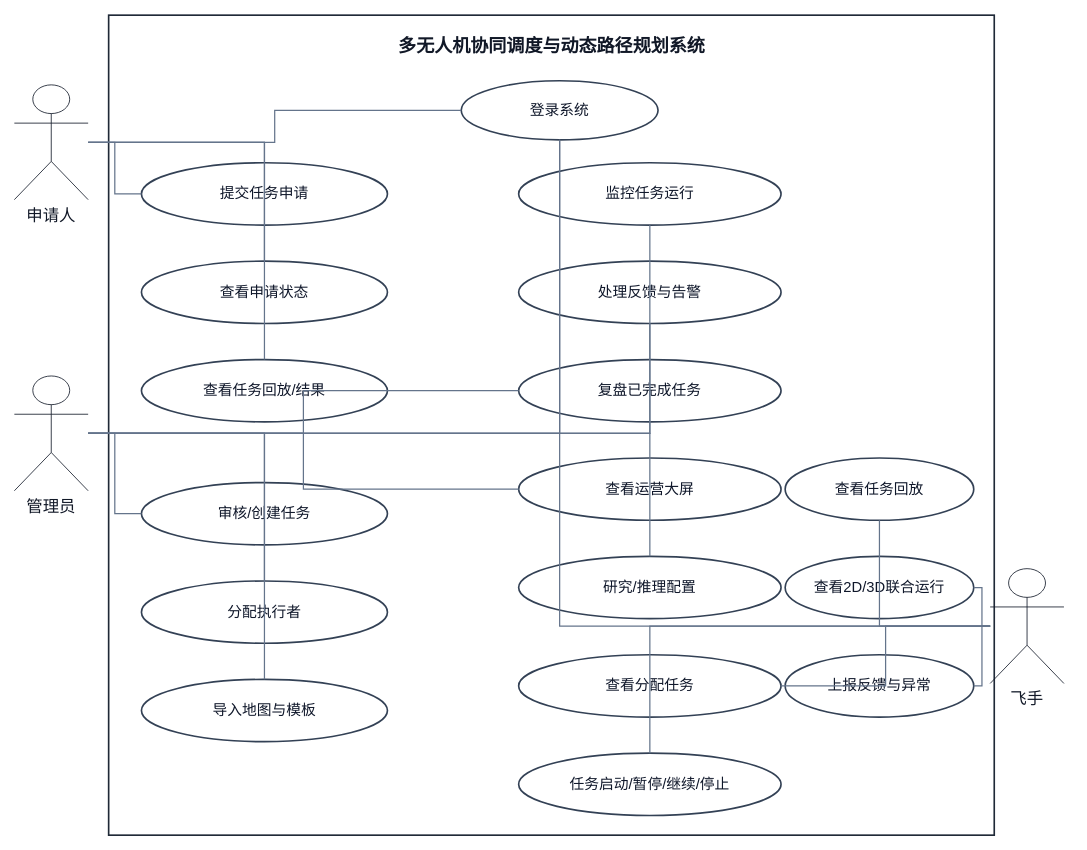
The draw.io diagram thesis_assets/diagrams/system_usecase_diagram.drawio in sa-as31/sampo_rebuild_1, before the edit. Source tidied: cells renumbered, new cells numbered last; positions are measured from the earlier drawing's top-left corner, leaving out a move shared by most shapes. Both pictures are drawn from the tidied source at 82%, with x=0, y=0 at pixel (14, 15).
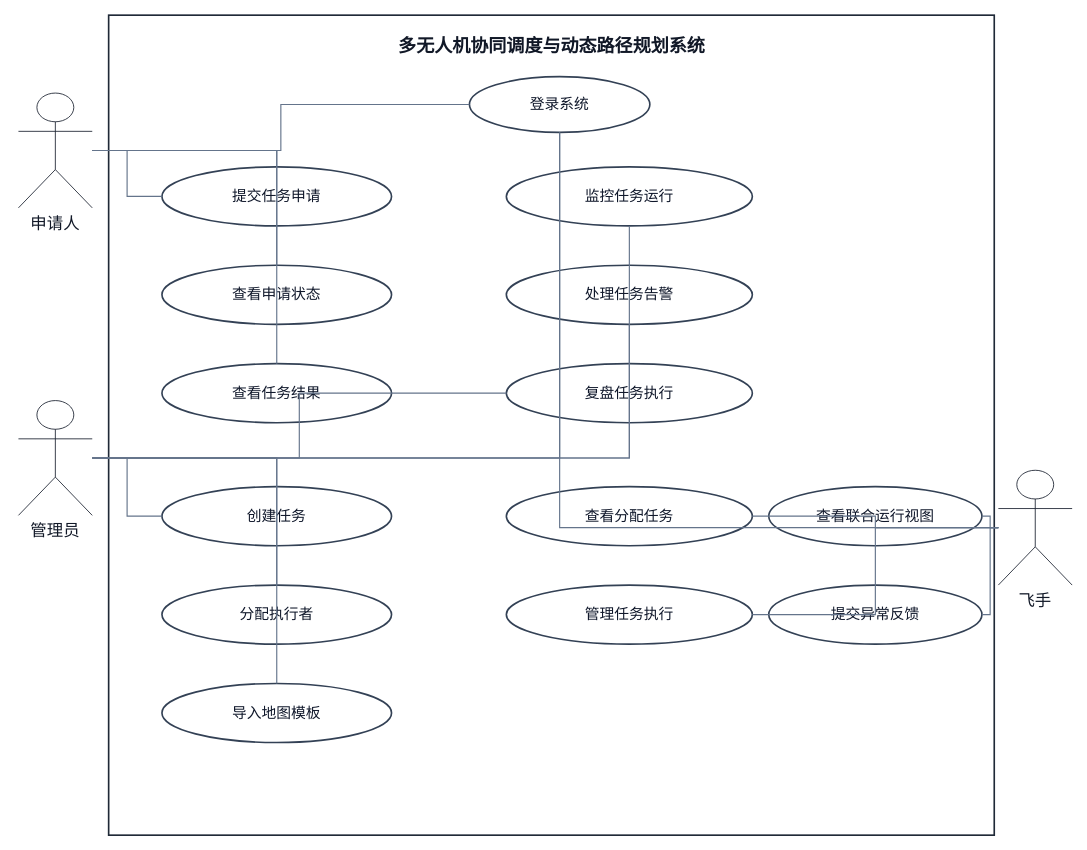
The same page after the edit.

Commit message (it also covers changes not shown here):
Refine thesis use case diagram for UML compliance

What changed in the source:
```diff
@@
     <mxCell id="4" value="申请人" style="shape=umlActor;whiteSpace=wrap;html=1;fontSize=20;strokeColor=#111827;fontColor=#111827;verticalLabelPosition=bottom;verticalAlign=top;fillColor=none;" parent="1" vertex="1">
-      <mxGeometry y="85" width="90" height="140" as="geometry" />
+      <mxGeometry x="5" y="95" width="90" height="140" as="geometry" />
     </mxCell>
     <mxCell id="5" value="管理员" style="shape=umlActor;whiteSpace=wrap;html=1;fontSize=20;strokeColor=#111827;fontColor=#111827;verticalLabelPosition=bottom;verticalAlign=top;fillColor=none;" parent="1" vertex="1">
-      <mxGeometry y="440" width="90" height="140" as="geometry" />
+      <mxGeometry x="5" y="470" width="90" height="140" as="geometry" />
     </mxCell>
     <mxCell id="6" value="飞手" style="shape=umlActor;whiteSpace=wrap;html=1;fontSize=20;strokeColor=#111827;fontColor=#111827;verticalLabelPosition=bottom;verticalAlign=top;fillColor=none;" parent="1" vertex="1">
-      <mxGeometry x="1190" y="675" width="90" height="140" as="geometry" />
+      <mxGeometry x="1200" y="555" width="90" height="140" as="geometry" />
     </mxCell>
     <mxCell id="7" value="登录系统" style="ellipse;whiteSpace=wrap;html=1;fillColor=#ffffff;strokeColor=#334155;fontColor=#0f172a;fontSize=18;strokeWidth=2;" parent="1" vertex="1">
-      <mxGeometry x="545" y="80" width="240" height="72" as="geometry" />
+      <mxGeometry x="555" y="75" width="220" height="68" as="geometry" />
     </mxCell>
     <mxCell id="8" value="提交任务申请" style="ellipse;whiteSpace=wrap;html=1;fillColor=#ffffff;strokeColor=#334155;fontColor=#0f172a;fontSize=18;strokeWidth=2;" parent="1" vertex="1">
-      <mxGeometry x="155" y="180" width="300" height="76" as="geometry" />
+      <mxGeometry x="180" y="185" width="280" height="72" as="geometry" />
     </mxCell>
     <mxCell id="9" value="查看申请状态" style="ellipse;whiteSpace=wrap;html=1;fillColor=#ffffff;strokeColor=#334155;fontColor=#0f172a;fontSize=18;strokeWidth=2;" parent="1" vertex="1">
-      <mxGeometry x="155" y="300" width="300" height="76" as="geometry" />
+      <mxGeometry x="180" y="305" width="280" height="72" as="geometry" />
     </mxCell>
-    <mxCell id="10" value="查看任务回放/结果" style="ellipse;whiteSpace=wrap;html=1;fillColor=#ffffff;strokeColor=#334155;fontColor=#0f172a;fontSize=18;strokeWidth=2;" parent="1" vertex="1">
-      <mxGeometry x="155" y="420" width="300" height="76" as="geometry" />
+    <mxCell id="10" value="查看任务结果" style="ellipse;whiteSpace=wrap;html=1;fillColor=#ffffff;strokeColor=#334155;fontColor=#0f172a;fontSize=18;strokeWidth=2;" parent="1" vertex="1">
+      <mxGeometry x="180" y="425" width="280" height="72" as="geometry" />
     </mxCell>
-    <mxCell id="11" value="审核/创建任务" style="ellipse;whiteSpace=wrap;html=1;fillColor=#ffffff;strokeColor=#334155;fontColor=#0f172a;fontSize=18;strokeWidth=2;" parent="1" vertex="1">
-      <mxGeometry x="155" y="570" width="300" height="76" as="geometry" />
+    <mxCell id="11" value="创建任务" style="ellipse;whiteSpace=wrap;html=1;fillColor=#ffffff;strokeColor=#334155;fontColor=#0f172a;fontSize=18;strokeWidth=2;" parent="1" vertex="1">
+      <mxGeometry x="180" y="575" width="280" height="72" as="geometry" />
     </mxCell>
     <mxCell id="12" value="分配执行者" style="ellipse;whiteSpace=wrap;html=1;fillColor=#ffffff;strokeColor=#334155;fontColor=#0f172a;fontSize=18;strokeWidth=2;" parent="1" vertex="1">
-      <mxGeometry x="155" y="690" width="300" height="76" as="geometry" />
+      <mxGeometry x="180" y="695" width="280" height="72" as="geometry" />
     </mxCell>
-    <mxCell id="13" value="导入地图与模板" style="ellipse;whiteSpace=wrap;html=1;fillColor=#ffffff;strokeColor=#334155;fontColor=#0f172a;fontSize=18;strokeWidth=2;" parent="1" vertex="1">
-      <mxGeometry x="155" y="810" width="300" height="76" as="geometry" />
+    <mxCell id="13" value="导入地图模板" style="ellipse;whiteSpace=wrap;html=1;fillColor=#ffffff;strokeColor=#334155;fontColor=#0f172a;fontSize=18;strokeWidth=2;" parent="1" vertex="1">
+      <mxGeometry x="180" y="815" width="280" height="72" as="geometry" />
     </mxCell>
     <mxCell id="14" value="监控任务运行" style="ellipse;whiteSpace=wrap;html=1;fillColor=#ffffff;strokeColor=#334155;fontColor=#0f172a;fontSize=18;strokeWidth=2;" parent="1" vertex="1">
-      <mxGeometry x="615" y="180" width="320" height="76" as="geometry" />
+      <mxGeometry x="600" y="185" width="300" height="72" as="geometry" />
     </mxCell>
-    <mxCell id="15" value="处理反馈与告警" style="ellipse;whiteSpace=wrap;html=1;fillColor=#ffffff;strokeColor=#334155;fontColor=#0f172a;fontSize=18;strokeWidth=2;" parent="1" vertex="1">
-      <mxGeometry x="615" y="300" width="320" height="76" as="geometry" />
+    <mxCell id="15" value="处理任务告警" style="ellipse;whiteSpace=wrap;html=1;fillColor=#ffffff;strokeColor=#334155;fontColor=#0f172a;fontSize=18;strokeWidth=2;" parent="1" vertex="1">
+      <mxGeometry x="600" y="305" width="300" height="72" as="geometry" />
     </mxCell>
-    <mxCell id="16" value="复盘已完成任务" style="ellipse;whiteSpace=wrap;html=1;fillColor=#ffffff;strokeColor=#334155;fontColor=#0f172a;fontSize=18;strokeWidth=2;" parent="1" vertex="1">
-      <mxGeometry x="615" y="420" width="320" height="76" as="geometry" />
+    <mxCell id="16" value="复盘任务执行" style="ellipse;whiteSpace=wrap;html=1;fillColor=#ffffff;strokeColor=#334155;fontColor=#0f172a;fontSize=18;strokeWidth=2;" parent="1" vertex="1">
+      <mxGeometry x="600" y="425" width="300" height="72" as="geometry" />
     </mxCell>
-    <mxCell id="17" value="查看运营大屏" style="ellipse;whiteSpace=wrap;html=1;fillColor=#ffffff;strokeColor=#334155;fontColor=#0f172a;fontSize=18;strokeWidth=2;" parent="1" vertex="1">
-      <mxGeometry x="615" y="540" width="320" height="76" as="geometry" />
-    </mxCell>
-    <mxCell id="18" value="研究/推理配置" style="ellipse;whiteSpace=wrap;html=1;fillColor=#ffffff;strokeColor=#334155;fontColor=#0f172a;fontSize=18;strokeWidth=2;" parent="1" vertex="1">
-      <mxGeometry x="615" y="660" width="320" height="76" as="geometry" />
-    </mxCell>
     <mxCell id="19" value="查看分配任务" style="ellipse;whiteSpace=wrap;html=1;fillColor=#ffffff;strokeColor=#334155;fontColor=#0f172a;fontSize=18;strokeWidth=2;" parent="1" vertex="1">
-      <mxGeometry x="615" y="780" width="320" height="76" as="geometry" />
+      <mxGeometry x="600" y="575" width="300" height="72" as="geometry" />
     </mxCell>
-    <mxCell id="20" value="任务启动/暂停/继续/停止" style="ellipse;whiteSpace=wrap;html=1;fillColor=#ffffff;strokeColor=#334155;fontColor=#0f172a;fontSize=18;strokeWidth=2;" parent="1" vertex="1">
-      <mxGeometry x="615" y="900" width="320" height="76" as="geometry" />
+    <mxCell id="20" value="管理任务执行" style="ellipse;whiteSpace=wrap;html=1;fillColor=#ffffff;strokeColor=#334155;fontColor=#0f172a;fontSize=18;strokeWidth=2;" parent="1" vertex="1">
+      <mxGeometry x="600" y="695" width="300" height="72" as="geometry" />
     </mxCell>
-    <mxCell id="21" value="查看2D/3D联合运行" style="ellipse;whiteSpace=wrap;html=1;fillColor=#ffffff;strokeColor=#334155;fontColor=#0f172a;fontSize=18;strokeWidth=2;" parent="1" vertex="1">
-      <mxGeometry x="940" y="660" width="230" height="76" as="geometry" />
+    <mxCell id="21" value="查看联合运行视图" style="ellipse;whiteSpace=wrap;html=1;fillColor=#ffffff;strokeColor=#334155;fontColor=#0f172a;fontSize=18;strokeWidth=2;" parent="1" vertex="1">
+      <mxGeometry x="920" y="575" width="260" height="72" as="geometry" />
     </mxCell>
-    <mxCell id="22" value="上报反馈与异常" style="ellipse;whiteSpace=wrap;html=1;fillColor=#ffffff;strokeColor=#334155;fontColor=#0f172a;fontSize=18;strokeWidth=2;" parent="1" vertex="1">
-      <mxGeometry x="940" y="780" width="230" height="76" as="geometry" />
+    <mxCell id="22" value="提交异常反馈" style="ellipse;whiteSpace=wrap;html=1;fillColor=#ffffff;strokeColor=#334155;fontColor=#0f172a;fontSize=18;strokeWidth=2;" parent="1" vertex="1">
+      <mxGeometry x="920" y="695" width="260" height="72" as="geometry" />
     </mxCell>
-    <mxCell id="23" value="查看任务回放" style="ellipse;whiteSpace=wrap;html=1;fillColor=#ffffff;strokeColor=#334155;fontColor=#0f172a;fontSize=18;strokeWidth=2;" parent="1" vertex="1">
-      <mxGeometry x="940" y="540" width="230" height="76" as="geometry" />
-    </mxCell>
-    <mxCell id="24" style="edgeStyle=orthogonalEdgeStyle;rounded=0;endArrow=none;startArrow=none;strokeColor=#64748b;strokeWidth=1.5;" parent="1" edge="1" source="4" target="7">
+    <mxCell id="24" style="edgeStyle=orthogonalEdgeStyle;rounded=0;endArrow=none;startArrow=none;strokeColor=#64748b;strokeWidth=1.4;" parent="1" edge="1" source="4" target="7">
       <mxGeometry relative="1" as="geometry" />
     </mxCell>
-    <mxCell id="25" style="edgeStyle=orthogonalEdgeStyle;rounded=0;endArrow=none;startArrow=none;strokeColor=#64748b;strokeWidth=1.5;" parent="1" edge="1" source="4" target="8">
+    <mxCell id="25" style="edgeStyle=orthogonalEdgeStyle;rounded=0;endArrow=none;startArrow=none;strokeColor=#64748b;strokeWidth=1.4;" parent="1" edge="1" source="4" target="8">
       <mxGeometry relative="1" as="geometry" />
     </mxCell>
-    <mxCell id="26" style="edgeStyle=orthogonalEdgeStyle;rounded=0;endArrow=none;startArrow=none;strokeColor=#64748b;strokeWidth=1.5;" parent="1" edge="1" source="4" target="9">
+    <mxCell id="26" style="edgeStyle=orthogonalEdgeStyle;rounded=0;endArrow=none;startArrow=none;strokeColor=#64748b;strokeWidth=1.4;" parent="1" edge="1" source="4" target="9">
       <mxGeometry relative="1" as="geometry" />
     </mxCell>
-    <mxCell id="27" style="edgeStyle=orthogonalEdgeStyle;rounded=0;endArrow=none;startArrow=none;strokeColor=#64748b;strokeWidth=1.5;" parent="1" edge="1" source="4" target="10">
+    <mxCell id="27" style="edgeStyle=orthogonalEdgeStyle;rounded=0;endArrow=none;startArrow=none;strokeColor=#64748b;strokeWidth=1.4;" parent="1" edge="1" source="4" target="10">
       <mxGeometry relative="1" as="geometry" />
     </mxCell>
-    <mxCell id="28" style="edgeStyle=orthogonalEdgeStyle;rounded=0;endArrow=none;startArrow=none;strokeColor=#64748b;strokeWidth=1.5;" parent="1" edge="1" source="5" target="7">
+    <mxCell id="28" style="edgeStyle=orthogonalEdgeStyle;rounded=0;endArrow=none;startArrow=none;strokeColor=#64748b;strokeWidth=1.4;" parent="1" edge="1" source="5" target="7">
       <mxGeometry relative="1" as="geometry" />
     </mxCell>
-    <mxCell id="29" style="edgeStyle=orthogonalEdgeStyle;rounded=0;endArrow=none;startArrow=none;strokeColor=#64748b;strokeWidth=1.5;" parent="1" edge="1" source="5" target="11">
+    <mxCell id="29" style="edgeStyle=orthogonalEdgeStyle;rounded=0;endArrow=none;startArrow=none;strokeColor=#64748b;strokeWidth=1.4;" parent="1" edge="1" source="5" target="11">
       <mxGeometry relative="1" as="geometry" />
     </mxCell>
-    <mxCell id="30" style="edgeStyle=orthogonalEdgeStyle;rounded=0;endArrow=none;startArrow=none;strokeColor=#64748b;strokeWidth=1.5;" parent="1" edge="1" source="5" target="12">
+    <mxCell id="30" style="edgeStyle=orthogonalEdgeStyle;rounded=0;endArrow=none;startArrow=none;strokeColor=#64748b;strokeWidth=1.4;" parent="1" edge="1" source="5" target="12">
       <mxGeometry relative="1" as="geometry" />
     </mxCell>
-    <mxCell id="31" style="edgeStyle=orthogonalEdgeStyle;rounded=0;endArrow=none;startArrow=none;strokeColor=#64748b;strokeWidth=1.5;" parent="1" edge="1" source="5" target="13">
+    <mxCell id="31" style="edgeStyle=orthogonalEdgeStyle;rounded=0;endArrow=none;startArrow=none;strokeColor=#64748b;strokeWidth=1.4;" parent="1" edge="1" source="5" target="13">
       <mxGeometry relative="1" as="geometry" />
     </mxCell>
-    <mxCell id="32" style="edgeStyle=orthogonalEdgeStyle;rounded=0;endArrow=none;startArrow=none;strokeColor=#64748b;strokeWidth=1.5;" parent="1" edge="1" source="5" target="14">
+    <mxCell id="32" style="edgeStyle=orthogonalEdgeStyle;rounded=0;endArrow=none;startArrow=none;strokeColor=#64748b;strokeWidth=1.4;" parent="1" edge="1" source="5" target="14">
       <mxGeometry relative="1" as="geometry" />
     </mxCell>
-    <mxCell id="33" style="edgeStyle=orthogonalEdgeStyle;rounded=0;endArrow=none;startArrow=none;strokeColor=#64748b;strokeWidth=1.5;" parent="1" edge="1" source="5" target="15">
+    <mxCell id="33" style="edgeStyle=orthogonalEdgeStyle;rounded=0;endArrow=none;startArrow=none;strokeColor=#64748b;strokeWidth=1.4;" parent="1" edge="1" source="5" target="15">
       <mxGeometry relative="1" as="geometry" />
     </mxCell>
-    <mxCell id="34" style="edgeStyle=orthogonalEdgeStyle;rounded=0;endArrow=none;startArrow=none;strokeColor=#64748b;strokeWidth=1.5;" parent="1" edge="1" source="5" target="16">
+    <mxCell id="34" style="edgeStyle=orthogonalEdgeStyle;rounded=0;endArrow=none;startArrow=none;strokeColor=#64748b;strokeWidth=1.4;" parent="1" edge="1" source="5" target="16">
       <mxGeometry relative="1" as="geometry" />
     </mxCell>
-    <mxCell id="35" style="edgeStyle=orthogonalEdgeStyle;rounded=0;endArrow=none;startArrow=none;strokeColor=#64748b;strokeWidth=1.5;" parent="1" edge="1" source="5" target="17">
-      <mxGeometry relative="1" as="geometry" />
-    </mxCell>
-    <mxCell id="36" style="edgeStyle=orthogonalEdgeStyle;rounded=0;endArrow=none;startArrow=none;strokeColor=#64748b;strokeWidth=1.5;" parent="1" edge="1" source="5" target="18">
-      <mxGeometry relative="1" as="geometry" />
-    </mxCell>
-    <mxCell id="37" style="edgeStyle=orthogonalEdgeStyle;rounded=0;endArrow=none;startArrow=none;strokeColor=#64748b;strokeWidth=1.5;" parent="1" edge="1" source="6" target="7">
+    <mxCell id="37" style="edgeStyle=orthogonalEdgeStyle;rounded=0;endArrow=none;startArrow=none;strokeColor=#64748b;strokeWidth=1.4;" parent="1" edge="1" source="6" target="7">
       <mxGeometry relative="1" as="geometry" />
     </mxCell>
-    <mxCell id="38" style="edgeStyle=orthogonalEdgeStyle;rounded=0;endArrow=none;startArrow=none;strokeColor=#64748b;strokeWidth=1.5;" parent="1" edge="1" source="6" target="19">
+    <mxCell id="38" style="edgeStyle=orthogonalEdgeStyle;rounded=0;endArrow=none;startArrow=none;strokeColor=#64748b;strokeWidth=1.4;" parent="1" edge="1" source="6" target="19">
       <mxGeometry relative="1" as="geometry" />
     </mxCell>
-    <mxCell id="39" style="edgeStyle=orthogonalEdgeStyle;rounded=0;endArrow=none;startArrow=none;strokeColor=#64748b;strokeWidth=1.5;" parent="1" edge="1" source="6" target="20">
+    <mxCell id="39" style="edgeStyle=orthogonalEdgeStyle;rounded=0;endArrow=none;startArrow=none;strokeColor=#64748b;strokeWidth=1.4;" parent="1" edge="1" source="6" target="20">
       <mxGeometry relative="1" as="geometry" />
     </mxCell>
-    <mxCell id="40" style="edgeStyle=orthogonalEdgeStyle;rounded=0;endArrow=none;startArrow=none;strokeColor=#64748b;strokeWidth=1.5;" parent="1" edge="1" source="6" target="21">
+    <mxCell id="40" style="edgeStyle=orthogonalEdgeStyle;rounded=0;endArrow=none;startArrow=none;strokeColor=#64748b;strokeWidth=1.4;" parent="1" edge="1" source="6" target="21">
       <mxGeometry relative="1" as="geometry" />
     </mxCell>
-    <mxCell id="41" style="edgeStyle=orthogonalEdgeStyle;rounded=0;endArrow=none;startArrow=none;strokeColor=#64748b;strokeWidth=1.5;" parent="1" edge="1" source="6" target="22">
+    <mxCell id="41" style="edgeStyle=orthogonalEdgeStyle;rounded=0;endArrow=none;startArrow=none;strokeColor=#64748b;strokeWidth=1.4;" parent="1" edge="1" source="6" target="22">
       <mxGeometry relative="1" as="geometry" />
     </mxCell>
-    <mxCell id="42" style="edgeStyle=orthogonalEdgeStyle;rounded=0;endArrow=none;startArrow=none;strokeColor=#64748b;strokeWidth=1.5;" parent="1" edge="1" source="6" target="23">
-      <mxGeometry relative="1" as="geometry" />
-    </mxCell>
```
